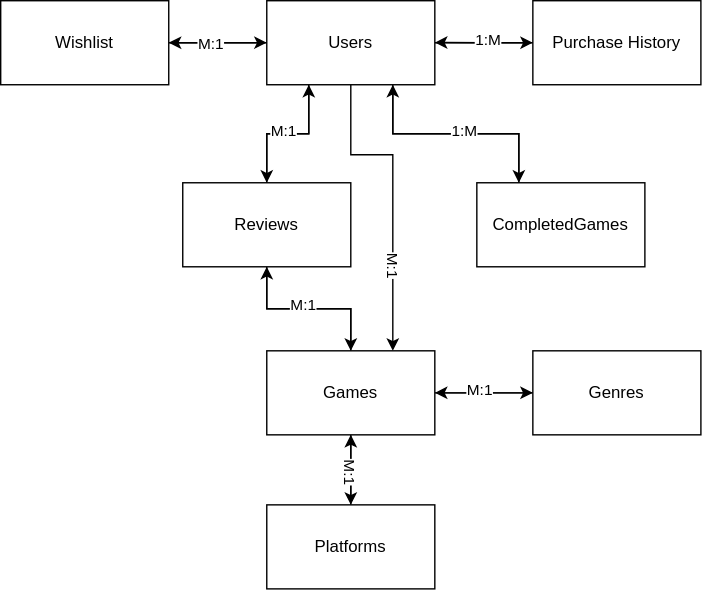
This is docs/database.svg from dntvik/PlayVault, a draw.io export, as it was before one commit. Source tidied: cells renumbered, new cells last; positions are measured from the earlier drawing's top-left corner, leaving out a move shared by most shapes.
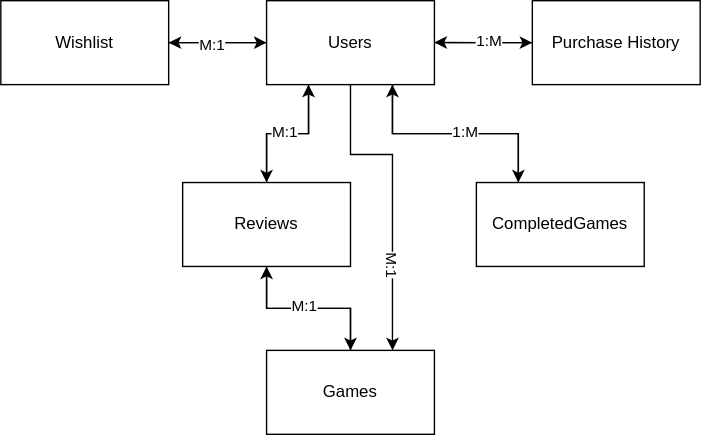
After the change.

Commit message:
add_tests_models add_pic_database

Diff of the diagram source:
```diff
@@ -51,33 +51,9 @@
         <mxPoint y="-1" as="offset" />
       </mxGeometry>
     </mxCell>
-    <mxCell id="16" style="edgeStyle=orthogonalEdgeStyle;rounded=0;jettySize=auto;html=1;exitX=0.5;exitY=1;exitDx=0;exitDy=0;entryX=0.5;entryY=0;entryDx=0;entryDy=0;" parent="1" edge="1" source="18" target="24">
-      <mxGeometry relative="1" as="geometry" />
-    </mxCell>
-    <mxCell id="17" style="edgeStyle=orthogonalEdgeStyle;rounded=0;jettySize=auto;html=1;exitX=1;exitY=0.5;exitDx=0;exitDy=0;entryX=0;entryY=0.5;entryDx=0;entryDy=0;" parent="1" edge="1" source="18" target="21">
-      <mxGeometry relative="1" as="geometry" />
-    </mxCell>
     <mxCell id="18" value="Games" style="whiteSpace=wrap;html=1;" parent="1" vertex="1">
       <mxGeometry x="190" y="250" width="120" height="60" as="geometry" />
     </mxCell>
-    <mxCell id="19" style="edgeStyle=orthogonalEdgeStyle;rounded=0;jettySize=auto;html=1;exitX=0;exitY=0.5;exitDx=0;exitDy=0;" parent="1" edge="1" source="21" target="18">
-      <mxGeometry relative="1" as="geometry" />
-    </mxCell>
-    <mxCell id="20" value="M:1" style="edgeLabel;html=1;align=center;verticalAlign=middle;" parent="19" vertex="1">
-      <mxGeometry x="0.09" y="-2" relative="1" as="geometry" />
-    </mxCell>
-    <mxCell id="21" value="Genres" style="whiteSpace=wrap;html=1;" parent="1" vertex="1">
-      <mxGeometry x="380" y="250" width="120" height="60" as="geometry" />
-    </mxCell>
-    <mxCell id="22" style="edgeStyle=orthogonalEdgeStyle;rounded=0;jettySize=auto;html=1;exitX=0.5;exitY=0;exitDx=0;exitDy=0;entryX=0.5;entryY=1;entryDx=0;entryDy=0;" parent="1" edge="1" source="24" target="18">
-      <mxGeometry relative="1" as="geometry" />
-    </mxCell>
-    <mxCell id="23" value="M:1" style="edgeLabel;html=1;align=center;verticalAlign=middle;rotation=90;" parent="22" vertex="1">
-      <mxGeometry x="-0.03" relative="1" as="geometry" />
-    </mxCell>
-    <mxCell id="24" value="Platforms" style="whiteSpace=wrap;html=1;" parent="1" vertex="1">
-      <mxGeometry x="190" y="360" width="120" height="60" as="geometry" />
-    </mxCell>
     <mxCell id="25" style="edgeStyle=orthogonalEdgeStyle;rounded=0;jettySize=auto;html=1;exitX=0;exitY=0.5;exitDx=0;exitDy=0;" parent="1" edge="1" source="27">
       <mxGeometry relative="1" as="geometry">
         <mxPoint x="310" y="29.9" as="targetPoint" />
```
